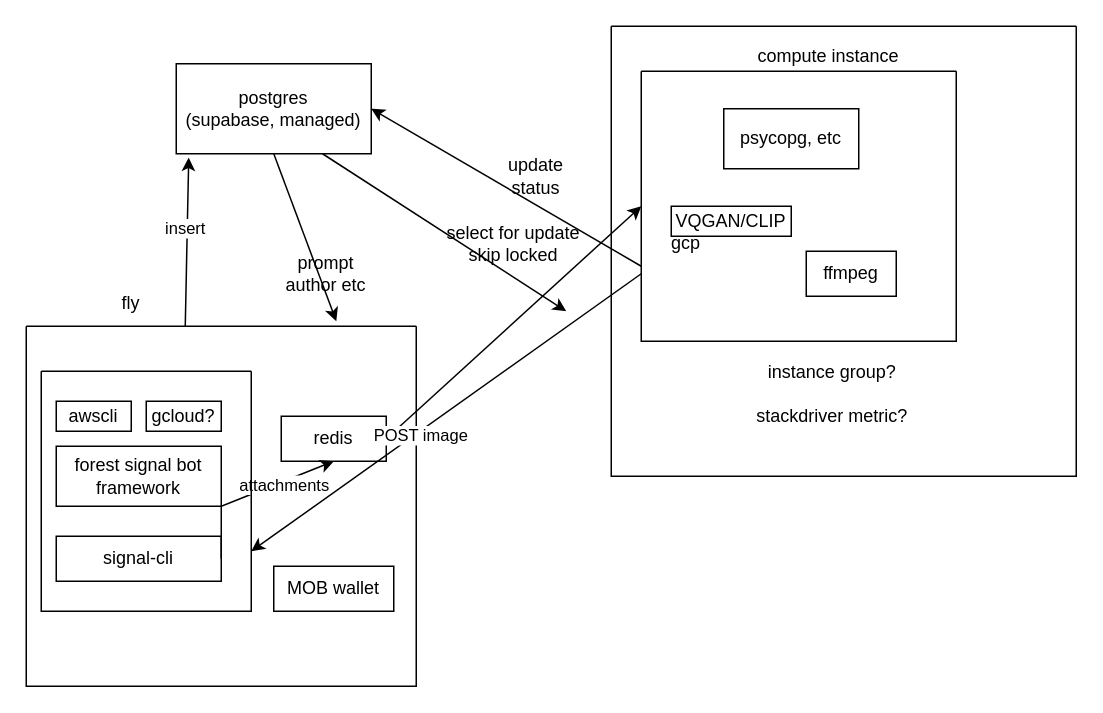
Earlier version of the draw.io diagram page "Page-1" (1 of 3) of imogen-arch.drawio (technillogue/xyz). Source tidied: cells renumbered, new cells numbered last; positions are measured from the earlier drawing's top-left corner, leaving out a move shared by most shapes. Both pictures are drawn from the tidied source at 150%, with x=0, y=0 at pixel (26, 26).
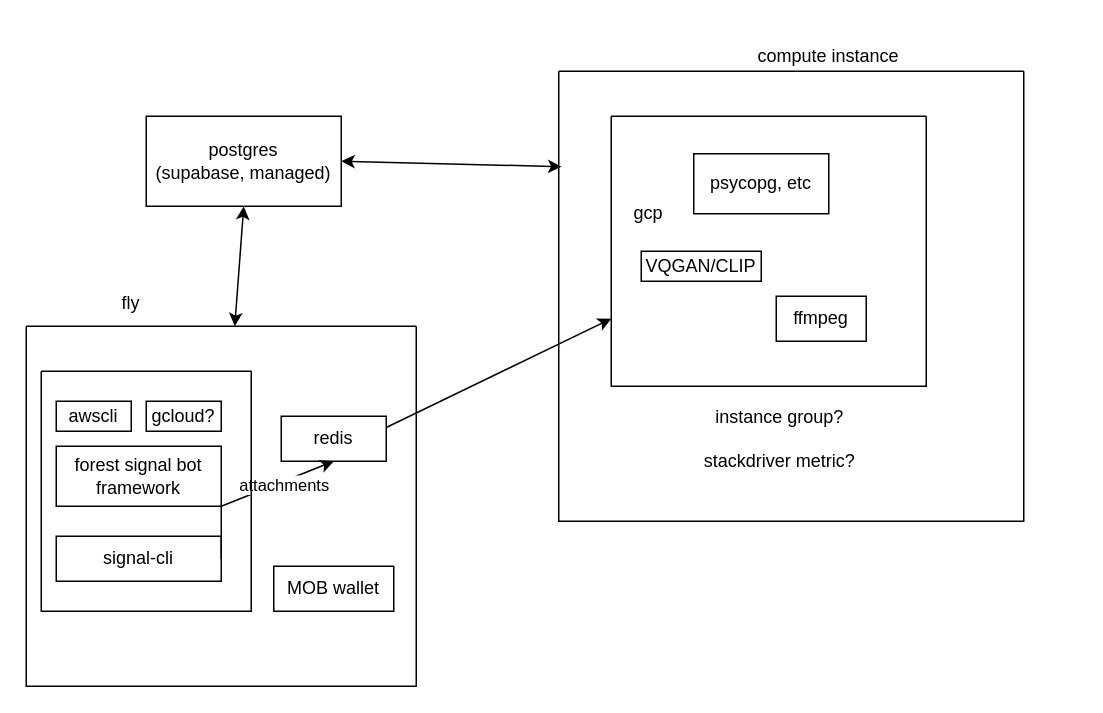
The same diagram, later.

Unchanged cells that the change refers to:
```xml
<mxCell id="6" style="swimlane;startSize=0;fillColor=none;" parent="1" vertex="1">
  <mxGeometry y="200" width="260" height="240" as="geometry" />
</mxCell>
<mxCell id="9" value="redis" style="rounded=0;whiteSpace=wrap;html=1;fillColor=none;" parent="6" vertex="1">
  <mxGeometry x="170" y="60" width="70" height="30" as="geometry" />
</mxCell>
<mxCell id="14" style="swimlane;startSize=0;fillColor=none;" parent="6" vertex="1">
  <mxGeometry x="10" y="30" width="140" height="160" as="geometry" />
</mxCell>
```

What changed in the source:
```diff
@@
     <mxCell id="2" value="postgres&lt;br&gt;(supabase, managed)" style="rounded=0;whiteSpace=wrap;html=1;" parent="1" vertex="1">
-      <mxGeometry x="100" y="25" width="130" height="60" as="geometry" />
+      <mxGeometry x="80" y="60" width="130" height="60" as="geometry" />
     </mxCell>
-    <mxCell id="3" style="endArrow=classic;html=1;rounded=0;exitX=0.75;exitY=1;exitDx=0;exitDy=0;entryX=0.25;entryY=0;entryDx=0;entryDy=0;" parent="1" edge="1" source="2">
-      <mxGeometry relative="1" as="geometry">
-        <mxPoint x="360" y="190" as="targetPoint" />
-      </mxGeometry>
-    </mxCell>
-    <mxCell id="4" style="endArrow=classic;html=1;rounded=0;entryX=0.064;entryY=1.043;entryDx=0;entryDy=0;exitX=0.5;exitY=0;exitDx=0;exitDy=0;entryPerimeter=0;" parent="1" edge="1" target="2">
-      <mxGeometry relative="1" as="geometry">
-        <mxPoint x="106" y="200" as="sourcePoint" />
-      </mxGeometry>
-    </mxCell>
-    <mxCell id="5" value="insert" style="edgeLabel;html=1;align=center;verticalAlign=middle;" parent="4" vertex="1">
-      <mxGeometry x="0.16" y="2" relative="1" as="geometry" />
-    </mxCell>
@@
+    <mxCell id="23" value="compute instance" style="text;html=1;strokeColor=none;fillColor=none;align=center;verticalAlign=middle;whiteSpace=wrap;rounded=0;" parent="1" vertex="1">
+      <mxGeometry x="480" y="10" width="110" height="20" as="geometry" />
+    </mxCell>
+    <mxCell id="25" value="fly" style="text;html=1;strokeColor=none;fillColor=none;align=center;verticalAlign=middle;whiteSpace=wrap;rounded=0;" parent="1" vertex="1">
+      <mxGeometry x="40" y="170" width="60" height="30" as="geometry" />
+    </mxCell>
+    <mxCell id="33" style="endArrow=classic;startArrow=classic;html=1;rounded=0;entryX=0.5;entryY=1;entryDx=0;entryDy=0;" parent="1" edge="1" source="6" target="2">
+      <mxGeometry relative="1" as="geometry" />
+    </mxCell>
+    <mxCell id="34" style="endArrow=classic;startArrow=classic;html=1;rounded=0;entryX=1;entryY=0.5;entryDx=0;entryDy=0;exitX=0.006;exitY=0.212;exitDx=0;exitDy=0;exitPerimeter=0;" parent="1" edge="1" source="19" target="2">
+      <mxGeometry relative="1" as="geometry" />
+    </mxCell>
+    <mxCell id="21" style="endArrow=classic;html=1;rounded=0;exitX=1;exitY=0.25;exitDx=0;exitDy=0;entryX=0;entryY=0.75;entryDx=0;entryDy=0;" parent="1" edge="1" source="9" target="16">
+      <mxGeometry relative="1" as="geometry" />
+    </mxCell>
+    <mxCell id="19" style="swimlane;startSize=0;fillColor=none;" parent="1" vertex="1">
+      <mxGeometry x="355" y="30" width="310" height="300" as="geometry" />
+    </mxCell>
+    <mxCell id="20" value="instance group?&lt;br&gt;&lt;br&gt;stackdriver metric?&lt;br&gt;" style="text;html=1;strokeColor=none;fillColor=none;align=center;verticalAlign=middle;whiteSpace=wrap;rounded=0;" parent="19" vertex="1">
+      <mxGeometry x="75" y="230" width="145" height="30" as="geometry" />
+    </mxCell>
-    <mxCell id="16" style="swimlane;startSize=0;fillColor=none;" parent="1" vertex="1">
-      <mxGeometry x="410" y="30" width="210" height="180" as="geometry" />
+    <mxCell id="16" style="swimlane;startSize=0;fillColor=none;" parent="19" vertex="1">
+      <mxGeometry x="35" y="30" width="210" height="180" as="geometry" />
     </mxCell>
@@
-    <mxCell id="19" style="swimlane;startSize=0;fillColor=none;" parent="16" vertex="1">
-      <mxGeometry x="-20" y="-30" width="310" height="300" as="geometry" />
-    </mxCell>
-    <mxCell id="20" value="instance group?&lt;br&gt;&lt;br&gt;stackdriver metric?&lt;br&gt;" style="text;html=1;strokeColor=none;fillColor=none;align=center;verticalAlign=middle;whiteSpace=wrap;rounded=0;" parent="19" vertex="1">
-      <mxGeometry x="75" y="230" width="145" height="30" as="geometry" />
-    </mxCell>
-    <mxCell id="21" style="endArrow=classic;html=1;rounded=0;exitX=1;exitY=0.5;exitDx=0;exitDy=0;entryX=0;entryY=0.5;entryDx=0;entryDy=0;" parent="1" edge="1" source="9" target="16">
-      <mxGeometry relative="1" as="geometry" />
-    </mxCell>
-    <mxCell id="22" value="VQGAN/CLIP" style="rounded=0;whiteSpace=wrap;html=1;fillColor=none;" parent="1" vertex="1">
-      <mxGeometry x="430" y="120" width="80" height="20" as="geometry" />
+    <mxCell id="22" value="VQGAN/CLIP" style="rounded=0;whiteSpace=wrap;html=1;fillColor=none;" parent="16" vertex="1">
+      <mxGeometry x="20" y="90" width="80" height="20" as="geometry" />
     </mxCell>
-    <mxCell id="23" value="compute instance" style="text;html=1;strokeColor=none;fillColor=none;align=center;verticalAlign=middle;whiteSpace=wrap;rounded=0;" parent="1" vertex="1">
-      <mxGeometry x="480" y="10" width="110" height="20" as="geometry" />
-    </mxCell>
-    <mxCell id="24" value="gcp" style="text;html=1;strokeColor=none;fillColor=none;align=center;verticalAlign=middle;whiteSpace=wrap;rounded=0;" parent="1" vertex="1">
-      <mxGeometry x="410" y="130" width="60" height="30" as="geometry" />
+    <mxCell id="24" value="gcp" style="text;html=1;strokeColor=none;fillColor=none;align=center;verticalAlign=middle;whiteSpace=wrap;rounded=0;" parent="16" vertex="1">
+      <mxGeometry x="-5" y="50" width="60" height="30" as="geometry" />
     </mxCell>
-    <mxCell id="25" value="fly" style="text;html=1;strokeColor=none;fillColor=none;align=center;verticalAlign=middle;whiteSpace=wrap;rounded=0;" parent="1" vertex="1">
-      <mxGeometry x="40" y="170" width="60" height="30" as="geometry" />
-    </mxCell>
-    <mxCell id="26" value="select for update skip locked" style="text;html=1;strokeColor=none;fillColor=none;align=center;verticalAlign=middle;whiteSpace=wrap;rounded=0;" parent="1" vertex="1">
-      <mxGeometry x="270" y="130" width="110" height="30" as="geometry" />
-    </mxCell>
-    <mxCell id="27" style="endArrow=classic;html=1;rounded=0;entryX=1;entryY=0.5;entryDx=0;entryDy=0;exitX=0;exitY=1;exitDx=0;exitDy=0;" parent="1" edge="1" source="24" target="2">
-      <mxGeometry relative="1" as="geometry" />
-    </mxCell>
-    <mxCell id="28" value="update status" style="text;html=1;strokeColor=none;fillColor=none;align=center;verticalAlign=middle;whiteSpace=wrap;rounded=0;" parent="1" vertex="1">
-      <mxGeometry x="310" y="85" width="60" height="30" as="geometry" />
-    </mxCell>
-    <mxCell id="29" style="endArrow=classic;html=1;rounded=0;exitX=0.5;exitY=1;exitDx=0;exitDy=0;entryX=0.795;entryY=-0.014;entryDx=0;entryDy=0;entryPerimeter=0;" parent="1" edge="1" source="2" target="6">
-      <mxGeometry relative="1" as="geometry" />
-    </mxCell>
-    <mxCell id="30" value="prompt author etc" style="text;html=1;strokeColor=none;fillColor=none;align=center;verticalAlign=middle;whiteSpace=wrap;rounded=0;" parent="1" vertex="1">
-      <mxGeometry x="170" y="150" width="60" height="30" as="geometry" />
-    </mxCell>
-    <mxCell id="31" style="endArrow=classic;html=1;rounded=0;entryX=1;entryY=0.75;entryDx=0;entryDy=0;exitX=0;exitY=0.75;exitDx=0;exitDy=0;" parent="1" edge="1" source="16" target="14">
-      <mxGeometry relative="1" as="geometry" />
-    </mxCell>
-    <mxCell id="32" value="POST image" style="edgeLabel;html=1;align=center;verticalAlign=middle;" parent="31" vertex="1">
-      <mxGeometry x="0.14" y="2" relative="1" as="geometry" />
-    </mxCell>
```
